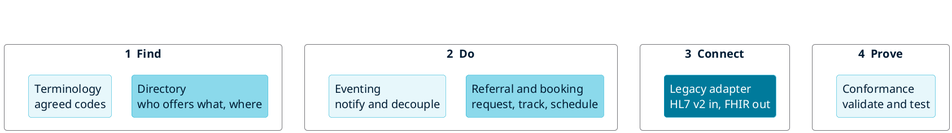
Before: 2026-10-29/2-FHIR-For-Services/slides/diagrams/services-map.png, a diagram exported from PlantUML (aehrc/qh-connectathon). Its source is kept beside it as 2026-10-29/2-FHIR-For-Services/slides/diagrams/services-map.puml.
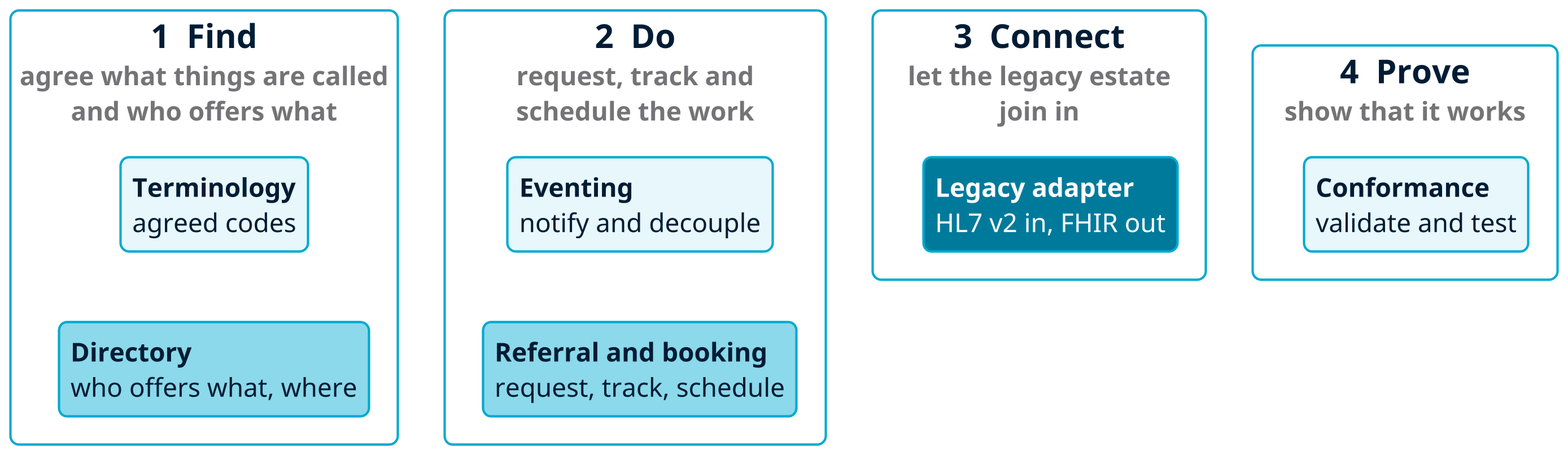
Above is the later version.

What changed in the source:
```diff
@@ -1,24 +1,28 @@
 @startuml services-map
 !include palette.iuml
+skinparam defaultFontSize 22
+skinparam RoundCorner 14
+skinparam rectangle {
+  BorderThickness 2
+}
 
-rectangle "**1  Find**" as G1 #FFFFFF;line:757579 {
-  rectangle "Terminology\nagreed codes" as TX #$L1
-  rectangle "Directory\nwho offers what, where" as DIR #$L2
+rectangle "<size:28>**1  Find**</size>\n<color:#757579>agree what things are called\n<color:#757579>and who offers what" as G1 #FFFFFF;line:00A9CE;line.bold {
+  rectangle "**Terminology**\nagreed codes" as TX #$L1
+  rectangle "**Directory**\nwho offers what, where" as DIR #$L2
 }
-rectangle "**2  Do**" as G2 #FFFFFF;line:757579 {
-  rectangle "Eventing\nnotify and decouple" as EVT #$L1
-  rectangle "Referral and booking\nrequest, track, schedule" as SRV #$L2
+rectangle "<size:28>**2  Do**</size>\n<color:#757579>request, track and\n<color:#757579>schedule the work" as G2 #FFFFFF;line:00A9CE;line.bold {
+  rectangle "**Eventing**\nnotify and decouple" as EVT #$L1
+  rectangle "**Referral and booking**\nrequest, track, schedule" as SRV #$L2
 }
-rectangle "**3  Connect**" as G3 #FFFFFF;line:757579 {
-  rectangle "<color:white>Legacy adapter</color>\n<color:white>HL7 v2 in, FHIR out</color>" as ADP #$L3
+rectangle "<size:28>**3  Connect**</size>\n<color:#757579>let the legacy estate\n<color:#757579>join in" as G3 #FFFFFF;line:00A9CE;line.bold {
+  rectangle "<color:white>**Legacy adapter**</color>\n<color:white>HL7 v2 in, FHIR out</color>" as ADP #$L3
 }
-rectangle "**4  Prove**" as G4 #FFFFFF;line:757579 {
-  rectangle "Conformance\nvalidate and test" as CON #$L1
+rectangle "<size:28>**4  Prove**</size>\n<color:#757579>show that it works" as G4 #FFFFFF;line:00A9CE;line.bold {
+  rectangle "**Conformance**\nvalidate and test" as CON #$L1
 }
 G1 -[hidden]right- G2
+G2 -[hidden]right- G3
 G3 -[hidden]right- G4
-G1 -[hidden]down- G3
-TX -[hidden]right- DIR
-EVT -[hidden]right- SRV
-
+TX -[hidden]down- DIR
+EVT -[hidden]down- SRV
 @enduml
```
